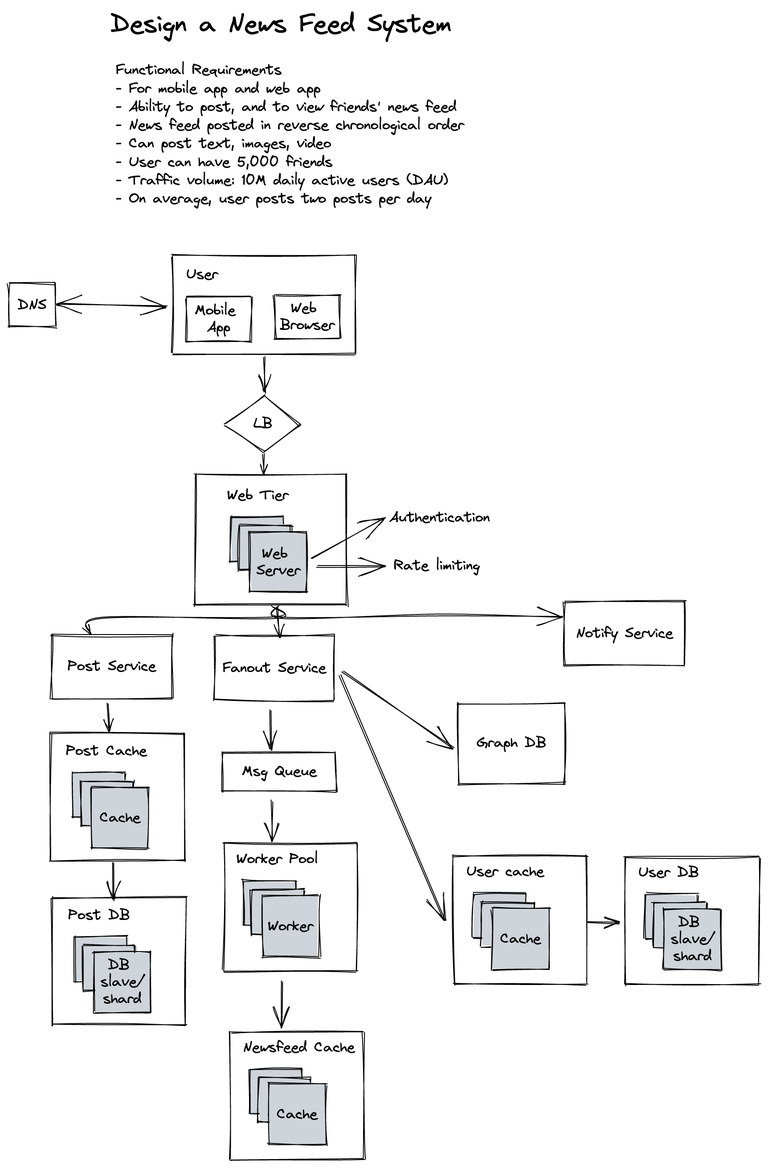
Before: engineering_skills/diagrams/news_feed.excalidraw.png, a diagram exported from Excalidraw (analytiq-hub/sigagent.github.io). Source tidied: one line per element, renumbered; positions are measured from the earlier drawing's top-left corner, leaving out a move shared by most shapes.
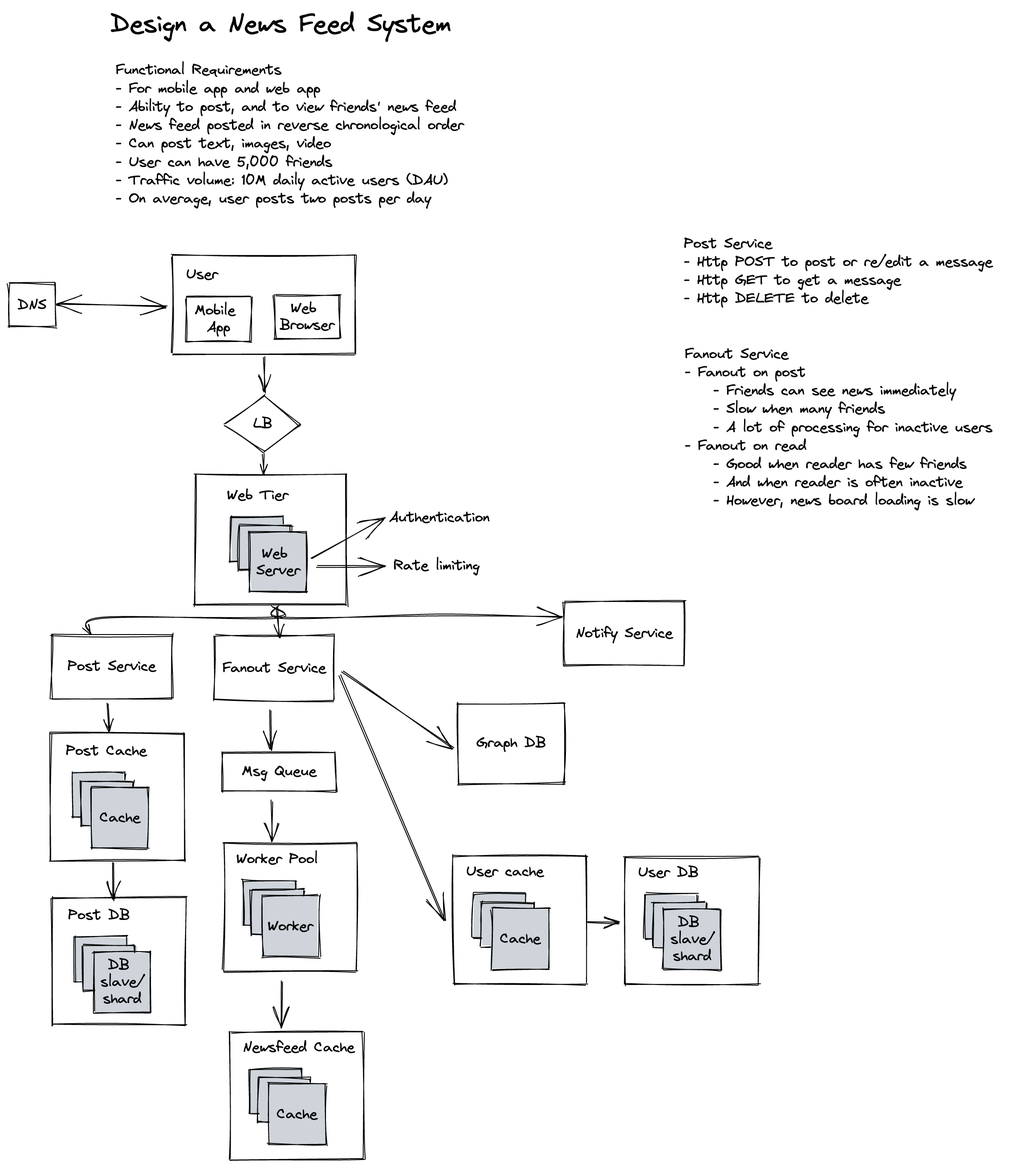
After the commit.

Change to the diagram source:
```diff
@@ -80,3 +80,5 @@
 {"id": 79, "type": "arrow", "strokeColor": "#000000", "strokeWidth": 1, "roughness": 1, "endArrowhead": "arrow", "from": 20, "to": 65, "x": 374, "y": 744, "width": 126, "height": 86, "points": [[0, 0], [126, 86]]}
 {"id": 80, "type": "arrow", "strokeColor": "#000000", "strokeWidth": 1, "roughness": 1, "endArrowhead": "arrow", "from": 20, "to": 67, "x": 371, "y": 749, "width": 118, "height": 275, "points": [[0, 0], [118, 275]]}
 {"id": 81, "type": "arrow", "strokeColor": "#000000", "strokeWidth": 1, "roughness": 1, "endArrowhead": "arrow", "from": 67, "to": 73, "x": 649, "y": 1026, "width": 35, "height": 1, "points": [[0, 0], [35, 1]]}
+{"id": 82, "type": "text", "text": "Post Service\n- Http POST to post or re/edit a message\n- Http GET to get a message\n- Http DELETE to delete", "strokeColor": "#000000", "strokeWidth": 1, "roughness": 1, "fontSize": 16, "fontFamily": 1, "x": 758, "y": 254, "width": 347, "height": 82}
+{"id": 83, "type": "text", "text": "Fanout Service\n- Fanout on post\n    - Friends can see news immediately   \n    - Slow when many friends\n    - A lot of processing for inactive users \n- Fanout on read\n    - Good when reader has few friends\n    - And when reader is often inactive\n    - However, news board loading is slow", "strokeColor": "#000000", "strokeWidth": 1, "roughness": 1, "fontSize": 16, "fontFamily": 1, "x": 759, "y": 378, "width": 354, "height": 185}
```
